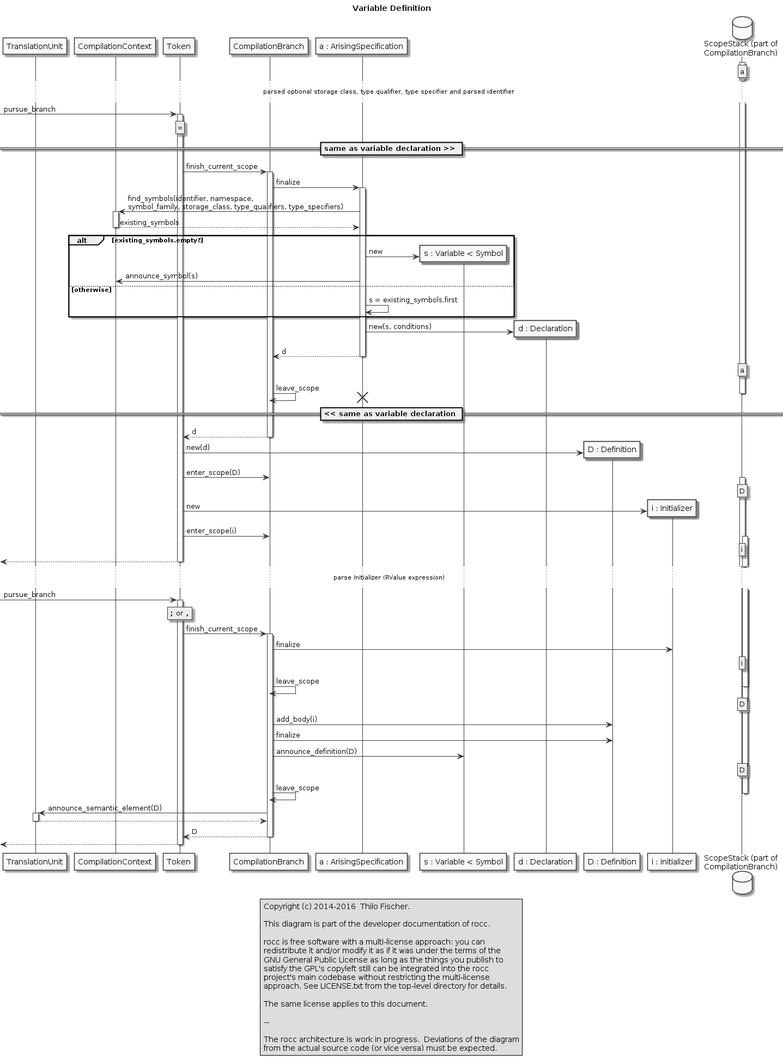
The PlantUML diagram design/snippets/symbol-instantiation_variable-definition.png in thilo-fischer/rocc, before a commit.
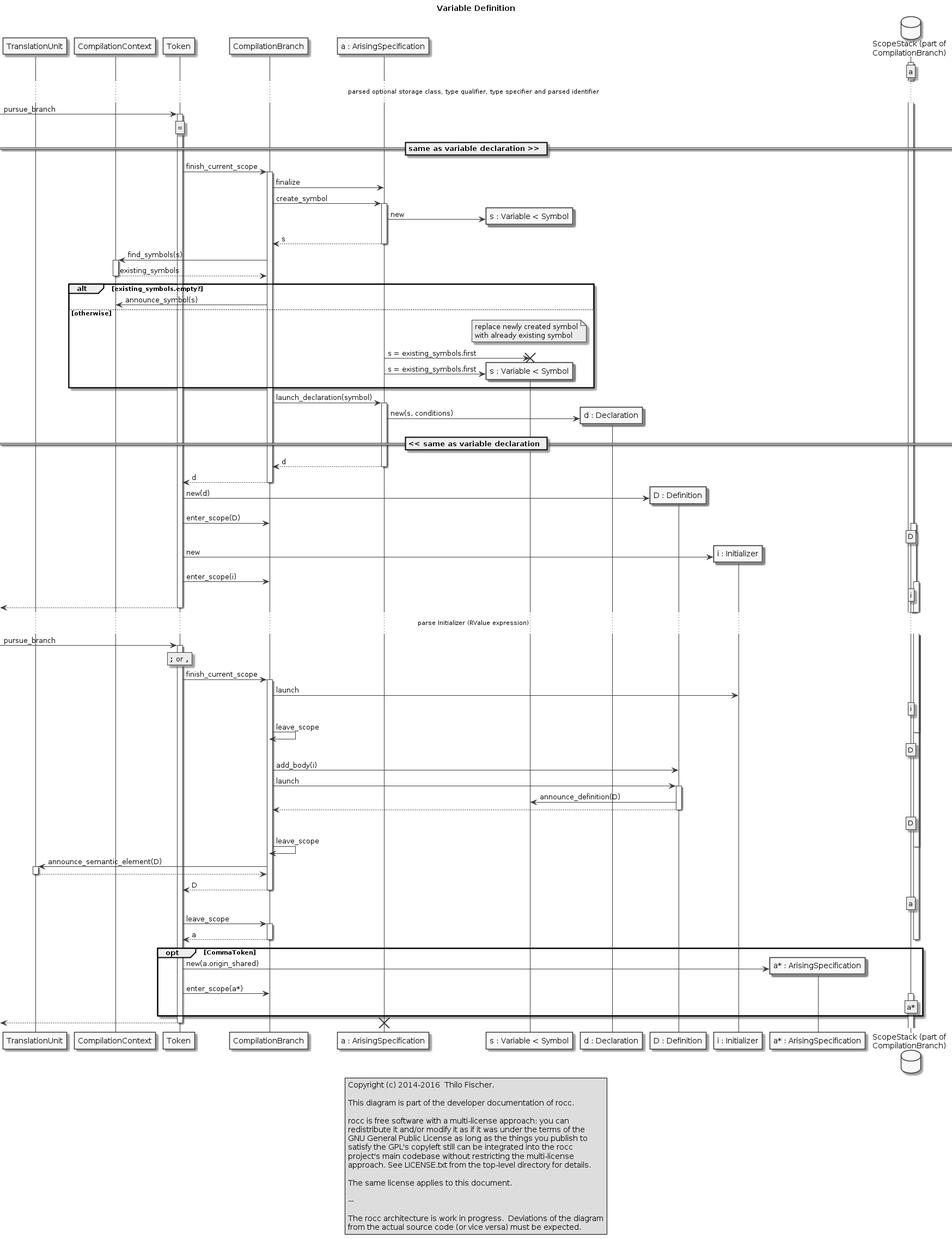
Later version of the same file.

Commit message:
... reworking specifications and symbol instanciation (...  design documents.) ...

The edit, as a diff of the source:
```diff
@@ -33,6 +33,7 @@
 participant "d : Declaration" as Declaration
 participant "D : Definition" as Definition
 participant "i : Initializer" as Initializer
+participant "a* : ArisingSpecification" as NextArisingSpecification
 database "ScopeStack (part of\nCompilationBranch)" as ScopeStack
 
 activate ScopeStack
@@ -51,39 +52,43 @@
 activate CompilationBranch
 
 CompilationBranch -> ArisingSpecification : finalize
+
+CompilationBranch -> ArisingSpecification : create_symbol
 activate ArisingSpecification
+create Symbol
+ArisingSpecification -> Symbol : new
+CompilationBranch <-- ArisingSpecification : s
+deactivate ArisingSpecification
 
-ArisingSpecification -> CompilationContext : find_symbols(identifier, namespace,\nsymbol_family, storage_class, type_qualifiers, type_specifiers)
+CompilationBranch -> CompilationContext : find_symbols(s)
 activate CompilationContext
-ArisingSpecification <-- CompilationContext : existing_symbols
+CompilationBranch <-- CompilationContext : existing_symbols
 deactivate CompilationContext
 
 alt existing_symbols.empty?
 
-  create Symbol
-  ArisingSpecification -> Symbol : new
-
-  ArisingSpecification -> CompilationContext : announce_symbol(s)
+  CompilationBranch -> CompilationContext : announce_symbol(s)
 
 else otherwise
 
-  ArisingSpecification -> ArisingSpecification : s = existing_symbols.first
+  note over Symbol : replace newly created symbol\nwith already existing symbol
+  ArisingSpecification -> Symbol : s = existing_symbols.first
+  destroy Symbol
+  create Symbol
+  ArisingSpecification -> Symbol : s = existing_symbols.first
 
 end ' alt existing_symbols.empty?
+
+CompilationBranch -> ArisingSpecification : launch_declaration(symbol)
+activate ArisingSpecification
 
 create Declaration
 ArisingSpecification -> Declaration : new(s, conditions)
 
+== << same as variable declaration ==
 
 CompilationBranch <-- ArisingSpecification : d
 deactivate ArisingSpecification
-
-rnote over ScopeStack : a
-CompilationBranch -> CompilationBranch : leave_scope
-deactivate ScopeStack
-destroy ArisingSpecification
-
-== << same as variable declaration ==
 
 Token <-- CompilationBranch : d
 deactivate CompilationBranch
@@ -113,7 +118,7 @@
 Token -> CompilationBranch : finish_current_scope
 activate CompilationBranch
 
-CompilationBranch -> Initializer : finalize
+CompilationBranch -> Initializer : launch
 
 rnote over ScopeStack : i
 CompilationBranch -> CompilationBranch : leave_scope
@@ -123,9 +128,13 @@
 
 CompilationBranch -> Definition : add_body(i)
 
-CompilationBranch -> Definition : finalize
+CompilationBranch -> Definition : launch
+activate Definition
 
-CompilationBranch -> Symbol : announce_definition(D)
+Definition -> Symbol : announce_definition(D)
+
+CompilationBranch <-- Definition
+deactivate Definition
 
 rnote over ScopeStack : D
 CompilationBranch -> CompilationBranch : leave_scope
@@ -139,7 +148,23 @@
 Token <-- CompilationBranch : D
 deactivate CompilationBranch
 
+rnote over ScopeStack : a
+Token -> CompilationBranch : leave_scope
+activate CompilationBranch
+Token <-- CompilationBranch : a
+deactivate CompilationBranch
+deactivate ScopeStack
+
+opt CommaToken
+  create NextArisingSpecification
+  Token -> NextArisingSpecification : new(a.origin_shared)
+  Token -> CompilationBranch : enter_scope(a*)
+  rnote over ScopeStack : a*
+  activate ScopeStack
+end ' alt CommaToken
+
 [<-- Token
 deactivate Token
+destroy ArisingSpecification
 
 @enduml
```
